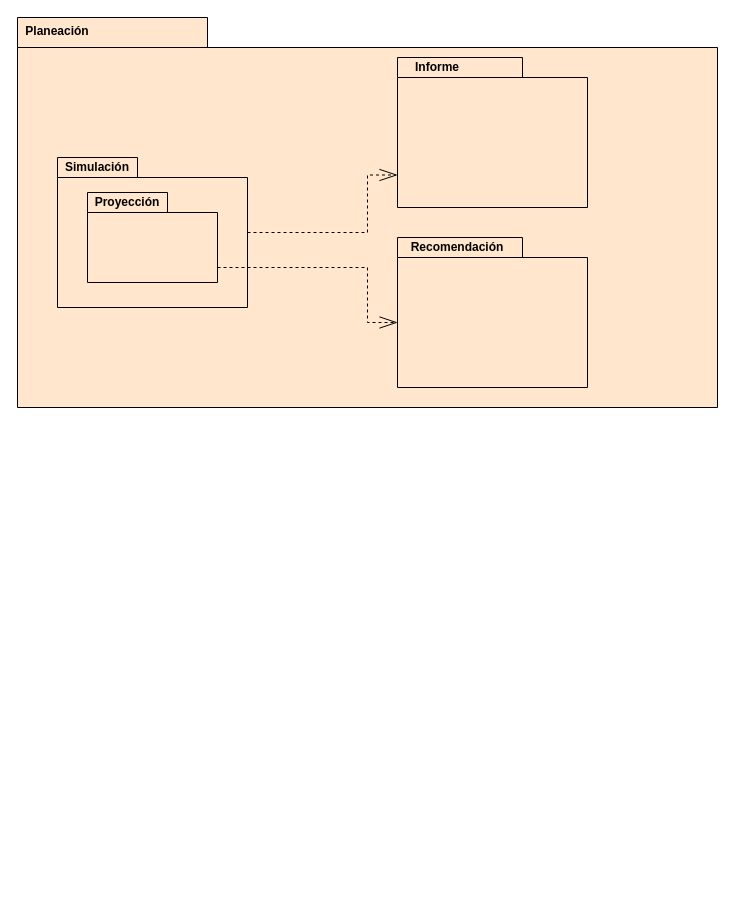
Before: EverGreen/Lab-I/DiagramaPaquetes.drawio in Sebassllr/Enfasis-III, a draw.io diagram. Source tidied: cells renumbered, new cells numbered last; positions are measured from the earlier drawing's top-left corner, leaving out a move shared by most shapes. Both pictures are drawn from the tidied source at 100%, with x=0, y=0 at pixel (17, 17).
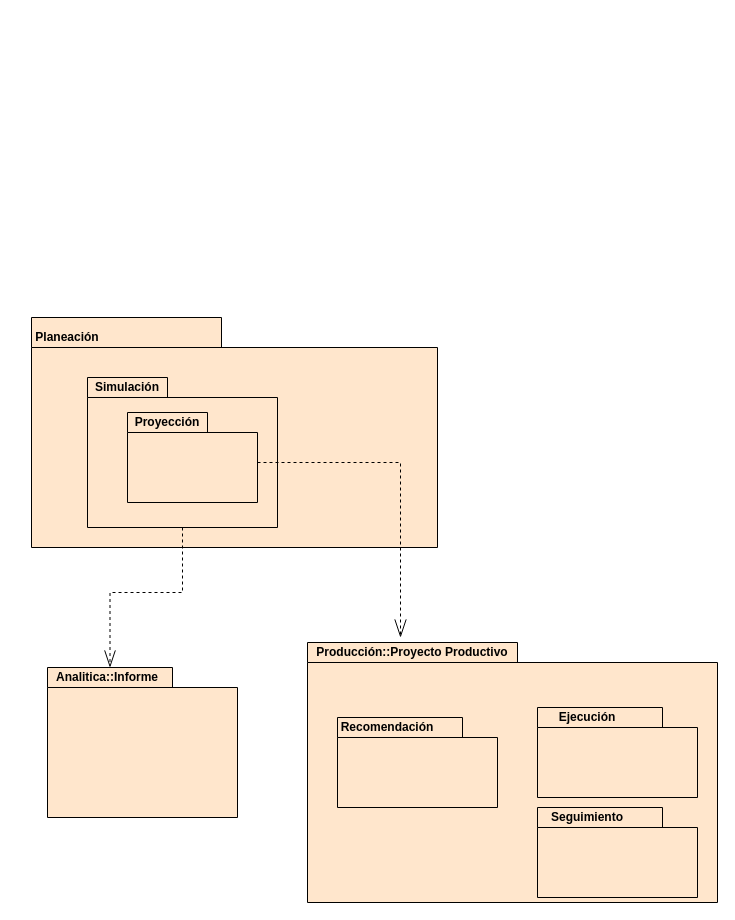
The same page after the edit.

Commit message:
Improve Diagram

Change to the diagram source:
```diff
@@
-<mxGraphModel background="#ffffff">
+<mxGraphModel>
@@
-    <mxCell id="2" style="shape=folder;fontStyle=1;spacingTop=10;tabWidth=190;tabHeight=30;tabPosition=left;html=1;align=left;fillColor=#ffe6cc;" parent="1" vertex="1">
-      <mxGeometry width="700" height="390" as="geometry" />
-    </mxCell>
+    <mxCell id="14" style="shape=folder;fontStyle=1;spacingTop=10;tabWidth=210;tabHeight=20;tabPosition=left;html=1;align=left;fillColor=#ffe6cc;" parent="1" vertex="1">
+      <mxGeometry x="290" y="625" width="410" height="260" as="geometry" />
+    </mxCell>
+    <mxCell id="15" style="shape=folder;fontStyle=1;spacingTop=10;tabWidth=190;tabHeight=30;tabPosition=left;html=1;align=left;fillColor=#ffe6cc;" parent="1" vertex="1">
+      <mxGeometry x="14" y="300" width="406" height="230" as="geometry" />
+    </mxCell>
     <mxCell id="3" value="&lt;b&gt;Planeación&lt;/b&gt;" style="text;html=1;strokeColor=none;fillColor=none;align=center;verticalAlign=middle;whiteSpace=wrap;rounded=0;" parent="1" vertex="1">
-      <mxGeometry x="20" y="4" width="40" height="20" as="geometry" />
+      <mxGeometry x="30" y="310" width="40" height="20" as="geometry" />
     </mxCell>
-    <mxCell id="4" style="edgeStyle=orthogonalEdgeStyle;rounded=0;jettySize=auto;html=1;entryX=0;entryY=0;entryDx=0;entryDy=117.5;entryPerimeter=0;dashed=1;endArrow=openThin;endFill=0;endSize=16;strokeWidth=1;" parent="1" edge="1" source="5" target="12">
-      <mxGeometry relative="1" as="geometry">
-        <Array as="points">
-          <mxPoint x="350" y="215" />
-          <mxPoint x="350" y="158" />
-        </Array>
-      </mxGeometry>
-    </mxCell>
-    <mxCell id="5" style="shape=folder;fontStyle=1;spacingTop=10;tabWidth=80;tabHeight=20;tabPosition=left;html=1;align=left;fillColor=#ffe6cc;" parent="1" vertex="1">
-      <mxGeometry x="40" y="140" width="190" height="150" as="geometry" />
-    </mxCell>
+    <mxCell id="16" style="edgeStyle=orthogonalEdgeStyle;rounded=0;jettySize=auto;html=1;entryX=0;entryY=0;entryDx=62.5;entryDy=0;entryPerimeter=0;endArrow=openThin;endFill=0;dashed=1;strokeWidth=1;endSize=15;" parent="1" edge="1" source="17" target="21">
+      <mxGeometry relative="1" as="geometry" />
+    </mxCell>
+    <mxCell id="17" style="shape=folder;fontStyle=1;spacingTop=10;tabWidth=80;tabHeight=20;tabPosition=left;html=1;align=left;fillColor=#ffe6cc;" parent="1" vertex="1">
+      <mxGeometry x="70" y="360" width="190" height="150" as="geometry" />
+    </mxCell>
     <mxCell id="6" value="&lt;b&gt;Simulación&lt;/b&gt;" style="text;html=1;strokeColor=none;fillColor=none;align=center;verticalAlign=middle;whiteSpace=wrap;rounded=0;" parent="1" vertex="1">
-      <mxGeometry x="60" y="140" width="40" height="20" as="geometry" />
+      <mxGeometry x="90" y="360" width="40" height="20" as="geometry" />
     </mxCell>
-    <mxCell id="7" style="edgeStyle=orthogonalEdgeStyle;rounded=0;jettySize=auto;html=1;entryX=0;entryY=0;entryDx=0;entryDy=85;entryPerimeter=0;dashed=1;endArrow=openThin;endFill=0;endSize=16;strokeWidth=1;" parent="1" edge="1" source="8" target="10">
-      <mxGeometry relative="1" as="geometry">
-        <Array as="points">
-          <mxPoint x="350" y="250" />
-          <mxPoint x="350" y="305" />
-        </Array>
-      </mxGeometry>
-    </mxCell>
-    <mxCell id="8" style="shape=folder;fontStyle=1;spacingTop=10;tabWidth=80;tabHeight=20;tabPosition=left;html=1;align=left;fillColor=#ffe6cc;" parent="1" vertex="1">
-      <mxGeometry x="70" y="175" width="130" height="90" as="geometry" />
-    </mxCell>
+    <mxCell id="18" style="edgeStyle=orthogonalEdgeStyle;rounded=0;jettySize=auto;html=1;dashed=1;endArrow=openThin;endFill=0;endSize=16;strokeWidth=1;" parent="1" edge="1" source="19" target="23">
+      <mxGeometry relative="1" as="geometry">
+        <Array as="points">
+          <mxPoint x="383" y="445" />
+        </Array>
+      </mxGeometry>
+    </mxCell>
+    <mxCell id="19" style="shape=folder;fontStyle=1;spacingTop=10;tabWidth=80;tabHeight=20;tabPosition=left;html=1;align=left;fillColor=#ffe6cc;" parent="1" vertex="1">
+      <mxGeometry x="110" y="395" width="130" height="90" as="geometry" />
+    </mxCell>
     <mxCell id="9" value="&lt;b&gt;Proyección&lt;/b&gt;" style="text;html=1;strokeColor=none;fillColor=none;align=center;verticalAlign=middle;whiteSpace=wrap;rounded=0;" parent="1" vertex="1">
-      <mxGeometry x="90" y="175" width="40" height="20" as="geometry" />
+      <mxGeometry x="130" y="395" width="40" height="20" as="geometry" />
     </mxCell>
-    <mxCell id="10" style="shape=folder;fontStyle=1;spacingTop=10;tabWidth=125;tabHeight=20;tabPosition=left;html=1;align=left;fillColor=#ffe6cc;" parent="1" vertex="1">
-      <mxGeometry x="380" y="220" width="190" height="150" as="geometry" />
-    </mxCell>
+    <mxCell id="20" style="shape=folder;fontStyle=1;spacingTop=10;tabWidth=125;tabHeight=20;tabPosition=left;html=1;align=left;fillColor=#ffe6cc;" parent="1" vertex="1">
+      <mxGeometry x="320" y="700" width="160" height="90" as="geometry" />
+    </mxCell>
     <mxCell id="11" value="&lt;b&gt;Recomendación&lt;/b&gt;" style="text;html=1;strokeColor=none;fillColor=none;align=center;verticalAlign=middle;whiteSpace=wrap;rounded=0;" parent="1" vertex="1">
-      <mxGeometry x="420" y="220" width="40" height="20" as="geometry" />
+      <mxGeometry x="350" y="700" width="40" height="20" as="geometry" />
     </mxCell>
-    <mxCell id="12" style="shape=folder;fontStyle=1;spacingTop=10;tabWidth=125;tabHeight=20;tabPosition=left;html=1;align=left;fillColor=#ffe6cc;" parent="1" vertex="1">
-      <mxGeometry x="380" y="40" width="190" height="150" as="geometry" />
-    </mxCell>
-    <mxCell id="13" value="&lt;b&gt;Informe&lt;/b&gt;" style="text;html=1;strokeColor=none;fillColor=none;align=center;verticalAlign=middle;whiteSpace=wrap;rounded=0;" parent="1" vertex="1">
-      <mxGeometry x="400" y="40" width="40" height="20" as="geometry" />
-    </mxCell>
+    <mxCell id="21" style="shape=folder;fontStyle=1;spacingTop=10;tabWidth=125;tabHeight=20;tabPosition=left;html=1;align=left;fillColor=#ffe6cc;" parent="1" vertex="1">
+      <mxGeometry x="30" y="650" width="190" height="150" as="geometry" />
+    </mxCell>
+    <mxCell id="22" value="&lt;b&gt;Analitica::Informe&lt;/b&gt;" style="text;html=1;strokeColor=none;fillColor=none;align=center;verticalAlign=middle;whiteSpace=wrap;rounded=0;" parent="1" vertex="1">
+      <mxGeometry x="70" y="650" width="40" height="20" as="geometry" />
+    </mxCell>
+    <mxCell id="23" value="&lt;b&gt;Producción::Proyecto Productivo&lt;/b&gt;" style="text;html=1;strokeColor=none;fillColor=none;align=center;verticalAlign=middle;whiteSpace=wrap;rounded=0;" parent="1" vertex="1">
+      <mxGeometry x="270" y="620" width="250" height="30" as="geometry" />
+    </mxCell>
+    <mxCell id="24" style="shape=folder;fontStyle=1;spacingTop=10;tabWidth=125;tabHeight=20;tabPosition=left;html=1;align=left;fillColor=#ffe6cc;" parent="1" vertex="1">
+      <mxGeometry x="520" y="690" width="160" height="90" as="geometry" />
+    </mxCell>
+    <mxCell id="25" value="&lt;b&gt;Ejecución&lt;/b&gt;" style="text;html=1;strokeColor=none;fillColor=none;align=center;verticalAlign=middle;whiteSpace=wrap;rounded=0;" parent="1" vertex="1">
+      <mxGeometry x="550" y="690" width="40" height="20" as="geometry" />
+    </mxCell>
+    <mxCell id="26" style="shape=folder;fontStyle=1;spacingTop=10;tabWidth=125;tabHeight=20;tabPosition=left;html=1;align=left;fillColor=#ffe6cc;" parent="1" vertex="1">
+      <mxGeometry x="520" y="790" width="160" height="90" as="geometry" />
+    </mxCell>
+    <mxCell id="27" value="&lt;b&gt;Seguimiento&lt;/b&gt;" style="text;html=1;strokeColor=none;fillColor=none;align=center;verticalAlign=middle;whiteSpace=wrap;rounded=0;" parent="1" vertex="1">
+      <mxGeometry x="550" y="790" width="40" height="20" as="geometry" />
+    </mxCell>
```
